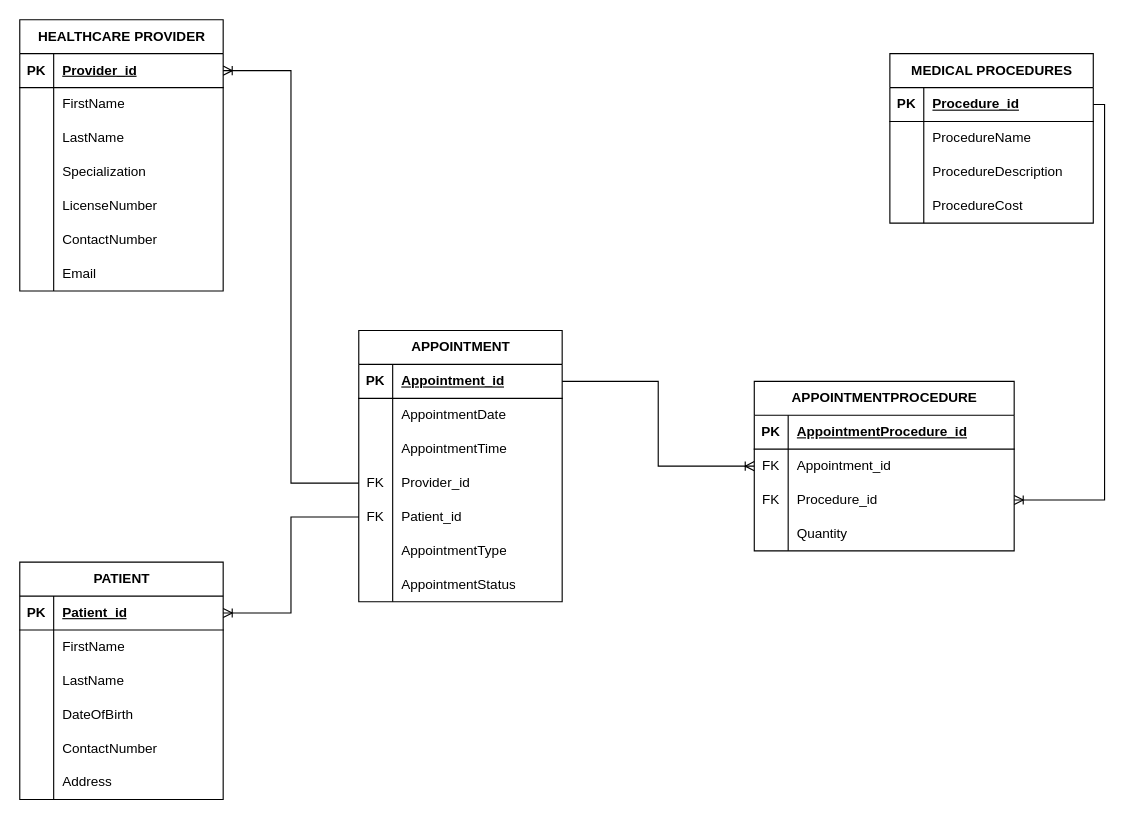
vinsanity2022/ERD_SP703 keeps this draw.io diagram as page "Normalized ModelCapstone" (6 of 7) of SP703.drawio. Above is the earlier version. Source tidied: cells renumbered, new cells numbered last; positions are measured from the earlier drawing's top-left corner, leaving out a move shared by most shapes. Both pictures are drawn from the tidied source at 113%, with x=0, y=0 at pixel (19, 19).
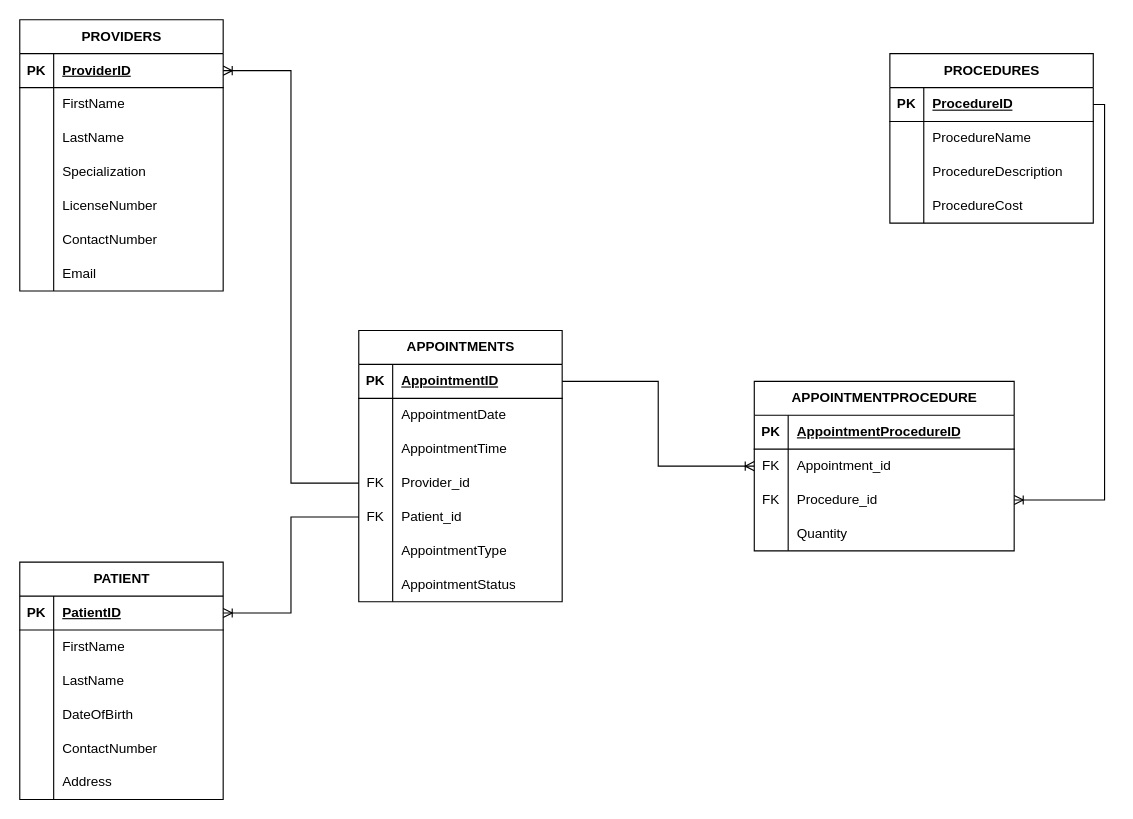
The same diagram, later.

The change refers to these unchanged cells:
```xml
<mxCell id="3" style="shape=tableRow;horizontal=0;startSize=0;swimlaneHead=0;swimlaneBody=0;fillColor=none;points=[[0,0.5],[1,0.5]];portConstraint=eastwest;top=0;left=0;right=0;bottom=1;" parent="2" vertex="1">
  <mxGeometry y="30" width="180" height="30" as="geometry" />
</mxCell>
<mxCell id="16" style="shape=tableRow;horizontal=0;startSize=0;swimlaneHead=0;swimlaneBody=0;fillColor=none;points=[[0,0.5],[1,0.5]];portConstraint=eastwest;top=0;left=0;right=0;bottom=1;" parent="15" vertex="1">
  <mxGeometry y="30" width="180" height="30" as="geometry" />
</mxCell>
<mxCell id="38" style="shape=tableRow;horizontal=0;startSize=0;swimlaneHead=0;swimlaneBody=0;fillColor=none;points=[[0,0.5],[1,0.5]];portConstraint=eastwest;top=0;left=0;right=0;bottom=1;" parent="37" vertex="1">
  <mxGeometry y="30" width="180" height="30" as="geometry" />
</mxCell>
<mxCell id="57" style="shape=tableRow;horizontal=0;startSize=0;swimlaneHead=0;swimlaneBody=0;fillColor=none;points=[[0,0.5],[1,0.5]];portConstraint=eastwest;top=0;left=0;right=0;bottom=1;" parent="56" vertex="1">
  <mxGeometry y="30" width="180" height="30" as="geometry" />
</mxCell>
<mxCell id="81" style="shape=tableRow;horizontal=0;startSize=0;swimlaneHead=0;swimlaneBody=0;fillColor=none;top=0;left=0;right=0;bottom=1;" parent="80" vertex="1">
  <mxGeometry y="30" width="230" height="30" as="geometry" />
</mxCell>
```

Diff of the diagram source:
```diff
@@
-    <mxCell id="2" value="MEDICAL PROCEDURES" style="shape=table;startSize=30;childLayout=tableLayout;rowLines=0;fontStyle=1;align=center;html=1;" parent="1" vertex="1">
+    <mxCell id="2" value="PROCEDURES" style="shape=table;startSize=30;childLayout=tableLayout;rowLines=0;fontStyle=1;align=center;html=1;" parent="1" vertex="1">
       <mxGeometry x="770" y="30" width="180" height="150" as="geometry" />
     </mxCell>
@@
-    <mxCell id="5" value="Procedure_id" style="shape=partialRectangle;fillColor=none;top=0;left=0;bottom=0;right=0;align=left;spacingLeft=6;fontStyle=5;overflow=hidden;whiteSpace=wrap;html=1;" parent="3" vertex="1">
+    <mxCell id="5" value="ProcedureID" style="shape=partialRectangle;fillColor=none;top=0;left=0;bottom=0;right=0;align=left;spacingLeft=6;fontStyle=5;overflow=hidden;whiteSpace=wrap;html=1;" parent="3" vertex="1">
       <mxGeometry x="30" width="150" height="30" as="geometry" />
     </mxCell>
@@
-    <mxCell id="15" value="HEALTHCARE PROVIDER" style="shape=table;startSize=30;childLayout=tableLayout;rowLines=0;fontStyle=1;align=center;html=1;" parent="1" vertex="1">
+    <mxCell id="15" value="PROVIDERS" style="shape=table;startSize=30;childLayout=tableLayout;rowLines=0;fontStyle=1;align=center;html=1;" parent="1" vertex="1">
       <mxGeometry width="180" height="240" as="geometry" />
     </mxCell>
@@
-    <mxCell id="18" value="Provider_id" style="shape=partialRectangle;fillColor=none;top=0;left=0;bottom=0;right=0;align=left;spacingLeft=6;fontStyle=5;overflow=hidden;whiteSpace=wrap;html=1;" parent="16" vertex="1">
+    <mxCell id="18" value="ProviderID" style="shape=partialRectangle;fillColor=none;top=0;left=0;bottom=0;right=0;align=left;spacingLeft=6;fontStyle=5;overflow=hidden;whiteSpace=wrap;html=1;" parent="16" vertex="1">
       <mxGeometry x="30" width="150" height="30" as="geometry" />
     </mxCell>
@@
-    <mxCell id="40" value="Patient_id" style="shape=partialRectangle;fillColor=none;top=0;left=0;bottom=0;right=0;align=left;spacingLeft=6;fontStyle=5;overflow=hidden;whiteSpace=wrap;html=1;" parent="38" vertex="1">
+    <mxCell id="40" value="PatientID" style="shape=partialRectangle;fillColor=none;top=0;left=0;bottom=0;right=0;align=left;spacingLeft=6;fontStyle=5;overflow=hidden;whiteSpace=wrap;html=1;" parent="38" vertex="1">
       <mxGeometry x="30" width="150" height="30" as="geometry" />
     </mxCell>
@@
-    <mxCell id="56" value="APPOINTMENT" style="shape=table;startSize=30;childLayout=tableLayout;rowLines=0;fontStyle=1;align=center;html=1;" parent="1" vertex="1">
+    <mxCell id="56" value="APPOINTMENTS" style="shape=table;startSize=30;childLayout=tableLayout;rowLines=0;fontStyle=1;align=center;html=1;" parent="1" vertex="1">
       <mxGeometry x="300" y="275" width="180" height="240" as="geometry" />
     </mxCell>
@@
-    <mxCell id="59" value="Appointment_id" style="shape=partialRectangle;fillColor=none;top=0;left=0;bottom=0;right=0;align=left;spacingLeft=6;fontStyle=5;overflow=hidden;whiteSpace=wrap;html=1;" parent="57" vertex="1">
+    <mxCell id="59" value="AppointmentID" style="shape=partialRectangle;fillColor=none;top=0;left=0;bottom=0;right=0;align=left;spacingLeft=6;fontStyle=5;overflow=hidden;whiteSpace=wrap;html=1;" parent="57" vertex="1">
       <mxGeometry x="30" width="150" height="30" as="geometry" />
     </mxCell>
@@
-    <mxCell id="83" value="AppointmentProcedure_id" style="shape=partialRectangle;fillColor=none;top=0;left=0;bottom=0;right=0;align=left;spacingLeft=6;fontStyle=5;overflow=hidden;whiteSpace=wrap;html=1;" parent="81" vertex="1">
+    <mxCell id="83" value="AppointmentProcedureID" style="shape=partialRectangle;fillColor=none;top=0;left=0;bottom=0;right=0;align=left;spacingLeft=6;fontStyle=5;overflow=hidden;whiteSpace=wrap;html=1;" parent="81" vertex="1">
       <mxGeometry x="30" width="200" height="30" as="geometry" />
     </mxCell>
```
